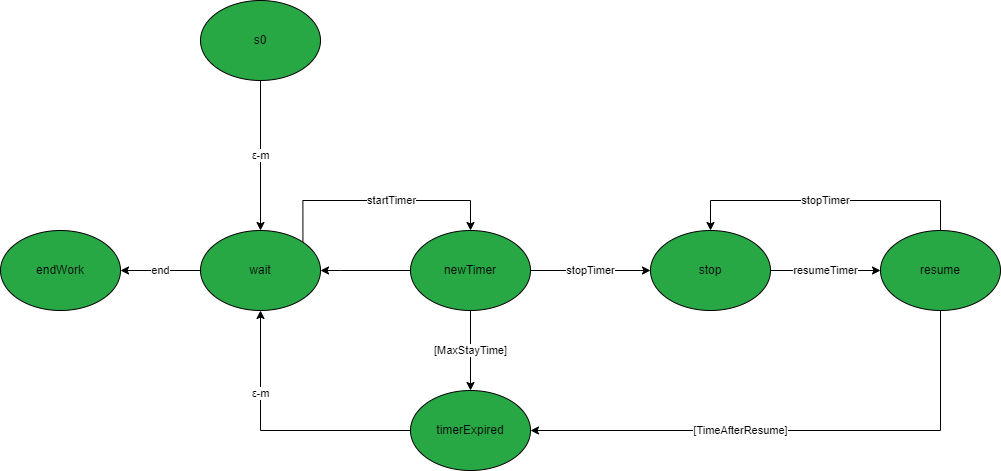
The draw.io diagram doc/assets/statiMaxstaytimetable.png in it9tst/iss2020---UniBO, before a commit. Source tidied: cells renumbered, new cells last; positions are measured from the earlier drawing's top-left corner, leaving out a move shared by most shapes.
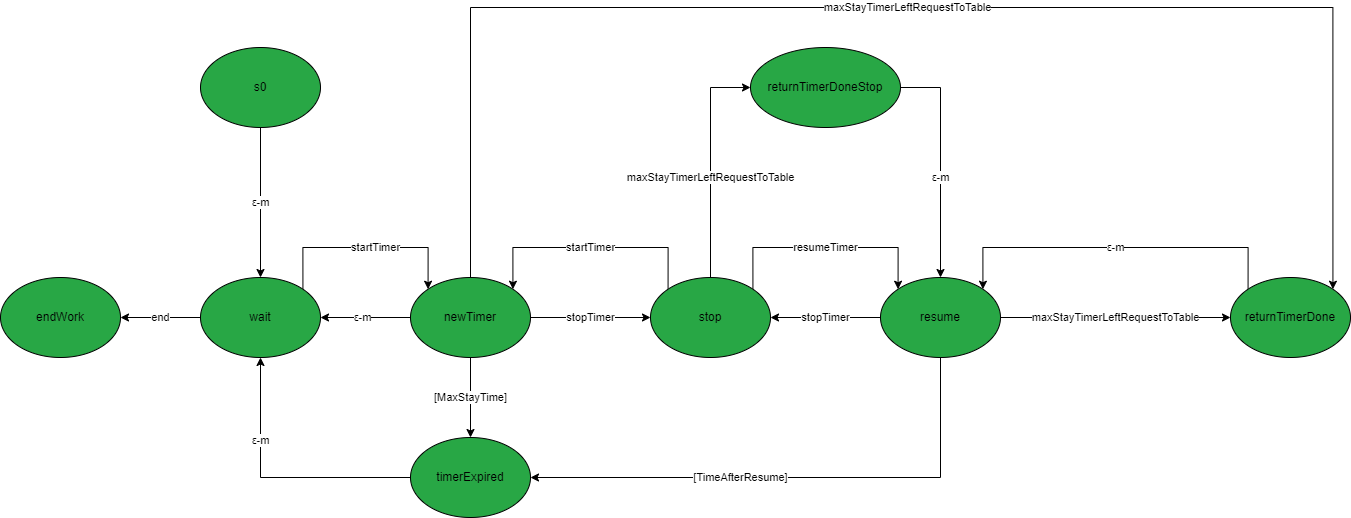
Above is the later version.

Diff of the diagram source:
```diff
@@ -8,13 +8,8 @@
     <mxCell id="3" value="s0" style="ellipse;whiteSpace=wrap;html=1;fillColor=#28A745;" parent="1" vertex="1">
       <mxGeometry x="200" width="120" height="80" as="geometry" />
     </mxCell>
-    <mxCell id="4" value="ε-m" style="edgeStyle=orthogonalEdgeStyle;rounded=0;jettySize=auto;html=1;exitX=1;exitY=0.5;exitDx=0;exitDy=0;entryX=1;entryY=0.5;entryDx=0;entryDy=0;" parent="1" edge="1" source="7" target="10">
-      <mxGeometry x="0.07" relative="1" as="geometry">
-        <Array as="points">
-          <mxPoint x="340" y="270" />
-          <mxPoint x="340" y="270" />
-        </Array>
-      </mxGeometry>
+    <mxCell id="4" value="ε-m" style="edgeStyle=orthogonalEdgeStyle;rounded=0;jettySize=auto;html=1;exitX=0;exitY=0.5;exitDx=0;exitDy=0;entryX=1;entryY=0.5;entryDx=0;entryDy=0;" parent="1" edge="1" source="7" target="10">
+      <mxGeometry x="0.07" relative="1" as="geometry" />
     </mxCell>
     <mxCell id="5" value="stopTimer" style="edgeStyle=orthogonalEdgeStyle;rounded=0;jettySize=auto;html=1;entryX=0;entryY=0.5;entryDx=0;entryDy=0;" parent="1" edge="1" source="7" target="13">
       <mxGeometry relative="1" as="geometry" />
@@ -22,14 +17,22 @@
     <mxCell id="6" value="[MaxStayTime]" style="edgeStyle=orthogonalEdgeStyle;rounded=0;jettySize=auto;html=1;" parent="1" edge="1" source="7" target="14">
       <mxGeometry relative="1" as="geometry" />
     </mxCell>
+    <mxCell id="19" value="maxStayTimerLeftRequestToTable" style="edgeStyle=orthogonalEdgeStyle;rounded=0;jettySize=auto;html=1;entryX=1;entryY=0;entryDx=0;entryDy=0;" parent="1" edge="1" source="7" target="26">
+      <mxGeometry relative="1" as="geometry">
+        <Array as="points">
+          <mxPoint x="470" y="-40" />
+          <mxPoint x="1332" y="-40" />
+        </Array>
+      </mxGeometry>
+    </mxCell>
     <mxCell id="7" value="newTimer" style="ellipse;whiteSpace=wrap;html=1;fillColor=#28A745;" parent="1" vertex="1">
       <mxGeometry x="410" y="230" width="120" height="80" as="geometry" />
     </mxCell>
-    <mxCell id="8" value="startTimer" style="edgeStyle=orthogonalEdgeStyle;rounded=0;jettySize=auto;html=1;entryX=0.5;entryY=0;entryDx=0;entryDy=0;exitX=1;exitY=0;exitDx=0;exitDy=0;" parent="1" edge="1" source="10" target="7">
+    <mxCell id="8" value="startTimer" style="edgeStyle=orthogonalEdgeStyle;rounded=0;jettySize=auto;html=1;entryX=0;entryY=0;entryDx=0;entryDy=0;exitX=1;exitY=0;exitDx=0;exitDy=0;" parent="1" edge="1" source="10" target="7">
       <mxGeometry x="0.09" relative="1" as="geometry">
         <Array as="points">
           <mxPoint x="302" y="200" />
-          <mxPoint x="470" y="200" />
+          <mxPoint x="428" y="200" />
         </Array>
       </mxGeometry>
     </mxCell>
@@ -46,22 +49,33 @@
         </Array>
       </mxGeometry>
     </mxCell>
-    <mxCell id="12" value="resumeTimer" style="edgeStyle=orthogonalEdgeStyle;rounded=0;jettySize=auto;html=1;" parent="1" edge="1" source="13" target="17">
-      <mxGeometry relative="1" as="geometry" />
+    <mxCell id="12" value="resumeTimer" style="edgeStyle=orthogonalEdgeStyle;rounded=0;jettySize=auto;html=1;exitX=1;exitY=0;exitDx=0;exitDy=0;entryX=0;entryY=0;entryDx=0;entryDy=0;" parent="1" edge="1" source="13" target="17">
+      <mxGeometry relative="1" as="geometry">
+        <Array as="points">
+          <mxPoint x="752" y="200" />
+          <mxPoint x="898" y="200" />
+        </Array>
+      </mxGeometry>
     </mxCell>
+    <mxCell id="20" value="startTimer" style="edgeStyle=orthogonalEdgeStyle;rounded=0;jettySize=auto;html=1;entryX=1;entryY=0;entryDx=0;entryDy=0;exitX=0;exitY=0;exitDx=0;exitDy=0;" parent="1" edge="1" source="13" target="7">
+      <mxGeometry relative="1" as="geometry">
+        <Array as="points">
+          <mxPoint x="668" y="200" />
+          <mxPoint x="512" y="200" />
+        </Array>
+      </mxGeometry>
+    </mxCell>
+    <mxCell id="21" value="maxStayTimerLeftRequestToTable" style="edgeStyle=orthogonalEdgeStyle;rounded=0;jettySize=auto;html=1;entryX=0;entryY=0.5;entryDx=0;entryDy=0;" parent="1" edge="1" source="13" target="24">
+      <mxGeometry x="-0.13" relative="1" as="geometry" />
+    </mxCell>
     <mxCell id="13" value="stop" style="ellipse;whiteSpace=wrap;html=1;fillColor=#28A745;" parent="1" vertex="1">
       <mxGeometry x="650" y="230" width="120" height="80" as="geometry" />
     </mxCell>
     <mxCell id="14" value="timerExpired" style="ellipse;whiteSpace=wrap;html=1;fillColor=#28A745;" parent="1" vertex="1">
       <mxGeometry x="410" y="390" width="120" height="80" as="geometry" />
     </mxCell>
-    <mxCell id="15" value="stopTimer" style="edgeStyle=orthogonalEdgeStyle;rounded=0;jettySize=auto;html=1;exitX=0.5;exitY=0;exitDx=0;exitDy=0;entryX=0.5;entryY=0;entryDx=0;entryDy=0;" parent="1" edge="1" source="17" target="13">
-      <mxGeometry relative="1" as="geometry">
-        <Array as="points">
-          <mxPoint x="940" y="200" />
-          <mxPoint x="710" y="200" />
-        </Array>
-      </mxGeometry>
+    <mxCell id="15" value="stopTimer" style="edgeStyle=orthogonalEdgeStyle;rounded=0;jettySize=auto;html=1;exitX=0;exitY=0.5;exitDx=0;exitDy=0;entryX=1;entryY=0.5;entryDx=0;entryDy=0;" parent="1" edge="1" source="17" target="13">
+      <mxGeometry relative="1" as="geometry" />
     </mxCell>
     <mxCell id="16" value="[TimeAfterResume]" style="edgeStyle=orthogonalEdgeStyle;rounded=0;jettySize=auto;html=1;entryX=1;entryY=0.5;entryDx=0;entryDy=0;exitX=0.5;exitY=1;exitDx=0;exitDy=0;" parent="1" edge="1" source="17" target="14">
       <mxGeometry x="0.21" relative="1" as="geometry">
@@ -70,11 +84,35 @@
         </Array>
       </mxGeometry>
     </mxCell>
+    <mxCell id="22" value="maxStayTimerLeftRequestToTable" style="edgeStyle=orthogonalEdgeStyle;rounded=0;jettySize=auto;html=1;entryX=0;entryY=0.5;entryDx=0;entryDy=0;" parent="1" edge="1" source="17" target="26">
+      <mxGeometry relative="1" as="geometry" />
+    </mxCell>
     <mxCell id="17" value="resume" style="ellipse;whiteSpace=wrap;html=1;fillColor=#28A745;" parent="1" vertex="1">
       <mxGeometry x="880" y="230" width="120" height="80" as="geometry" />
     </mxCell>
     <mxCell id="18" value="endWork" style="ellipse;whiteSpace=wrap;html=1;fillColor=#28A745;" parent="1" vertex="1">
       <mxGeometry y="230" width="120" height="80" as="geometry" />
     </mxCell>
+    <mxCell id="23" value="ε-m" style="edgeStyle=orthogonalEdgeStyle;rounded=0;jettySize=auto;html=1;entryX=0.5;entryY=0;entryDx=0;entryDy=0;" parent="1" edge="1" source="24" target="17">
+      <mxGeometry x="0.13" relative="1" as="geometry">
+        <Array as="points">
+          <mxPoint x="940" y="40" />
+        </Array>
+      </mxGeometry>
+    </mxCell>
+    <mxCell id="24" value="returnTimerDoneStop" style="ellipse;whiteSpace=wrap;html=1;fillColor=#28A745;" parent="1" vertex="1">
+      <mxGeometry x="750" width="150" height="80" as="geometry" />
+    </mxCell>
+    <mxCell id="25" value="ε-m" style="edgeStyle=orthogonalEdgeStyle;rounded=0;jettySize=auto;html=1;entryX=1;entryY=0;entryDx=0;entryDy=0;exitX=0;exitY=0;exitDx=0;exitDy=0;" parent="1" edge="1" source="26" target="17">
+      <mxGeometry relative="1" as="geometry">
+        <Array as="points">
+          <mxPoint x="1248" y="200" />
+          <mxPoint x="982" y="200" />
+        </Array>
+      </mxGeometry>
+    </mxCell>
+    <mxCell id="26" value="returnTimerDone" style="ellipse;whiteSpace=wrap;html=1;fillColor=#28A745;" parent="1" vertex="1">
+      <mxGeometry x="1230" y="230" width="120" height="80" as="geometry" />
+    </mxCell>
   </root>
 </mxGraphModel>
```
